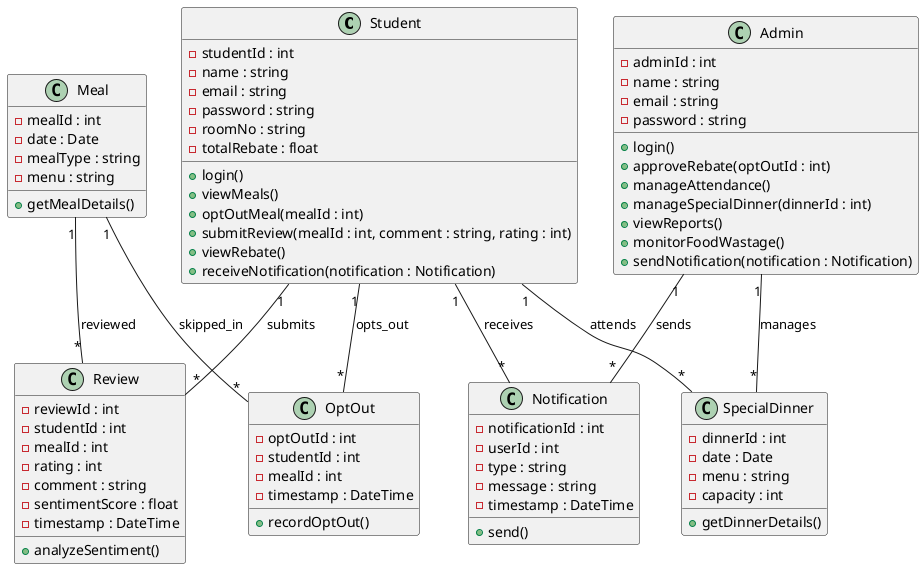
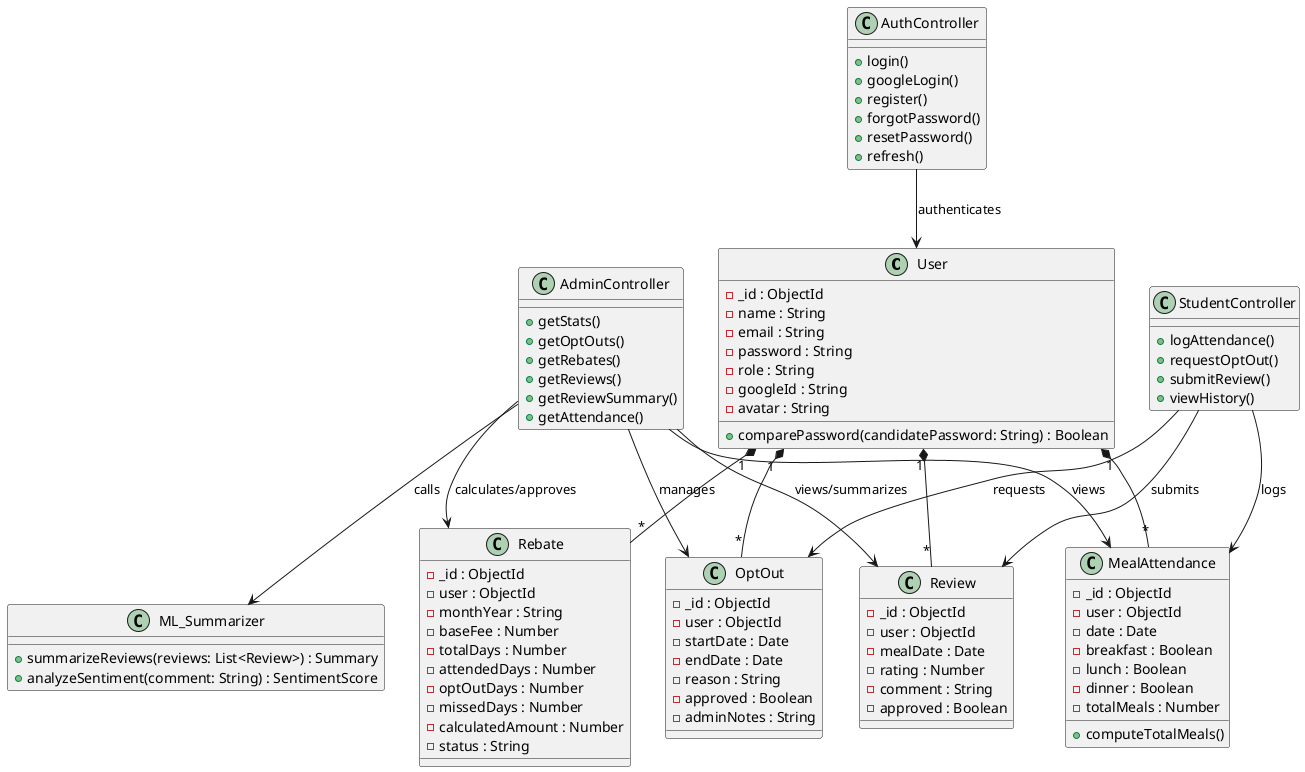
- @startuml
+ @startuml Class_Diagram

- class Student {
-     - studentId : int
-     - name : string
-     - email : string
-     - password : string
-     - roomNo : string
-     - totalRebate : float
-     + login()
-     + viewMeals()
-     + optOutMeal(mealId : int)
-     + submitReview(mealId : int, comment : string, rating : int)
-     + viewRebate()
-     + receiveNotification(notification : Notification)
+ class User {
+     - _id : ObjectId
+     - name : String
+     - email : String
+     - password : String
+     - role : String
+     - googleId : String
+     - avatar : String
+     + comparePassword(candidatePassword: String) : Boolean
}

- class Meal {
-     - mealId : int
+ class MealAttendance {
+     - _id : ObjectId
+     - user : ObjectId
    - date : Date
-     - mealType : string
-     - menu : string
-     + getMealDetails()
+     - breakfast : Boolean
+     - lunch : Boolean
+     - dinner : Boolean
+     - totalMeals : Number
+     + computeTotalMeals()
}

class OptOut {
-     - optOutId : int
-     - studentId : int
-     - mealId : int
-     - timestamp : DateTime
-     + recordOptOut()
+     - _id : ObjectId
+     - user : ObjectId
+     - startDate : Date
+     - endDate : Date
+     - reason : String
+     - approved : Boolean
+     - adminNotes : String
+ }
+ 
+ class Rebate {
+     - _id : ObjectId
+     - user : ObjectId
+     - monthYear : String
+     - baseFee : Number
+     - totalDays : Number
+     - attendedDays : Number
+     - optOutDays : Number
+     - missedDays : Number
+     - calculatedAmount : Number
+     - status : String
}

class Review {
-     - reviewId : int
-     - studentId : int
-     - mealId : int
-     - rating : int
-     - comment : string
-     - sentimentScore : float
-     - timestamp : DateTime
-     + analyzeSentiment()
+     - _id : ObjectId
+     - user : ObjectId
+     - mealDate : Date
+     - rating : Number
+     - comment : String
+     - approved : Boolean
}

- class Admin {
-     - adminId : int
-     - name : string
-     - email : string
-     - password : string
-     + login()
-     + approveRebate(optOutId : int)
-     + manageAttendance()
-     + manageSpecialDinner(dinnerId : int)
-     + viewReports()
-     + monitorFoodWastage()
-     + sendNotification(notification : Notification)
+ class ML_Summarizer {
+     + summarizeReviews(reviews: List<Review>) : Summary
+     + analyzeSentiment(comment: String) : SentimentScore
}

- class SpecialDinner {
-     - dinnerId : int
-     - date : Date
-     - menu : string
-     - capacity : int
-     + getDinnerDetails()
+ class AuthController {
+     + login()
+     + googleLogin()
+     + register()
+     + forgotPassword()
+     + resetPassword()
+     + refresh()
}

- class Notification {
-     - notificationId : int
-     - userId : int
-     - type : string
-     - message : string
-     - timestamp : DateTime
-     + send()
+ class AdminController {
+     + getStats()
+     + getOptOuts()
+     + getRebates()
+     + getReviews()
+     + getReviewSummary()
+     + getAttendance()
}

- Student "1" -- "*" OptOut : opts_out
- Meal "1" -- "*" OptOut : skipped_in
- Student "1" -- "*" Review : submits
- Meal "1" -- "*" Review : reviewed
- Admin "1" -- "*" SpecialDinner : manages
- Student "1" -- "*" SpecialDinner : attends
- Admin "1" -- "*" Notification : sends
- Student "1" -- "*" Notification : receives
+ class StudentController {
+     + logAttendance()
+     + requestOptOut()
+     + submitReview()
+     + viewHistory()
+ }
+ 
+ User "1" *-- "*" MealAttendance
+ User "1" *-- "*" OptOut
+ User "1" *-- "*" Rebate
+ User "1" *-- "*" Review
+ 
+ AuthController --> User : authenticates
+ AdminController --> OptOut : manages
+ AdminController --> Rebate : calculates/approves
+ AdminController --> Review : views/summarizes
+ AdminController --> MealAttendance : views
+ AdminController --> ML_Summarizer : calls
+ 
+ StudentController --> MealAttendance : logs
+ StudentController --> OptOut : requests
+ StudentController --> Review : submits

@enduml
